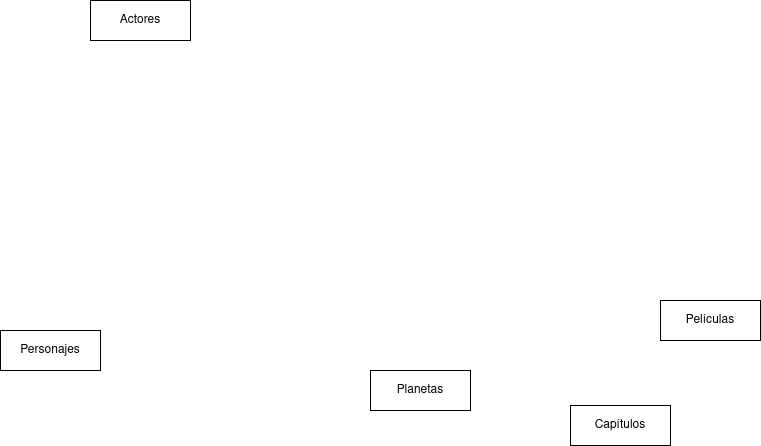
Before: Unidad-1/Tareas/Tarea evaluable 3/Tarea 3 entregable .drawio.png, a diagram exported from draw.io (GgbGabrielGarcia/Base-Datos). Source tidied: cells renumbered, new cells last; positions are measured from the earlier drawing's top-left corner, leaving out a move shared by most shapes.
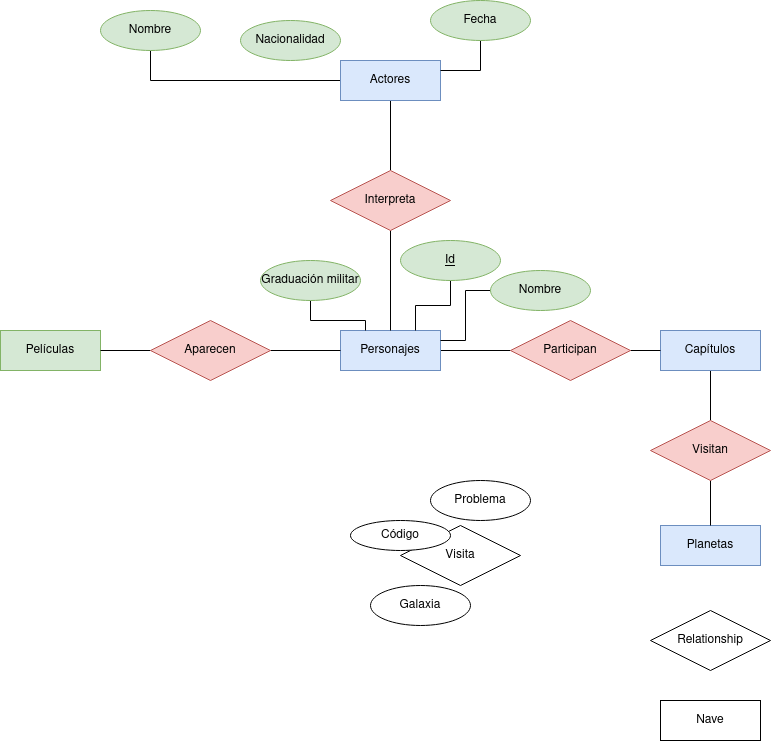
After the commit.

Diff of the diagram source:
```diff
@@ -2,20 +2,107 @@
   <root>
     <mxCell id="0" />
     <mxCell id="1" parent="0" />
+    <mxCell id="7" style="edgeStyle=orthogonalEdgeStyle;rounded=0;jettySize=auto;html=1;endArrow=none;endFill=0;" parent="1" edge="1" source="2" target="16">
+      <mxGeometry relative="1" as="geometry" />
+    </mxCell>
+    <mxCell id="8" style="edgeStyle=orthogonalEdgeStyle;rounded=0;jettySize=auto;html=1;entryX=0.5;entryY=1;entryDx=0;entryDy=0;endArrow=none;endFill=0;" parent="1" edge="1" source="2" target="14">
+      <mxGeometry relative="1" as="geometry" />
+    </mxCell>
-    <mxCell id="2" value="Actores" style="whiteSpace=wrap;html=1;align=center;" parent="1" vertex="1">
-      <mxGeometry x="90" width="100" height="40" as="geometry" />
+    <mxCell id="2" value="Actores" style="whiteSpace=wrap;html=1;align=center;fillColor=#dae8fc;strokeColor=#6c8ebf;" parent="1" vertex="1">
+      <mxGeometry x="370" y="-90" width="100" height="40" as="geometry" />
     </mxCell>
-    <mxCell id="3" value="Películas" style="whiteSpace=wrap;html=1;align=center;" parent="1" vertex="1">
-      <mxGeometry x="660" y="300" width="100" height="40" as="geometry" />
+    <mxCell id="3" value="Películas" style="whiteSpace=wrap;html=1;align=center;fillColor=#d5e8d4;strokeColor=#82b366;" parent="1" vertex="1">
+      <mxGeometry x="30" y="180" width="100" height="40" as="geometry" />
     </mxCell>
+    <mxCell id="9" style="edgeStyle=orthogonalEdgeStyle;rounded=0;jettySize=auto;html=1;endArrow=none;endFill=0;" parent="1" edge="1" source="4" target="26">
+      <mxGeometry relative="1" as="geometry" />
+    </mxCell>
-    <mxCell id="4" value="Personajes" style="whiteSpace=wrap;html=1;align=center;" parent="1" vertex="1">
-      <mxGeometry y="330" width="100" height="40" as="geometry" />
+    <mxCell id="4" value="Personajes" style="whiteSpace=wrap;html=1;align=center;fillColor=#dae8fc;strokeColor=#6c8ebf;" parent="1" vertex="1">
+      <mxGeometry x="370" y="180" width="100" height="40" as="geometry" />
     </mxCell>
+    <mxCell id="10" style="edgeStyle=orthogonalEdgeStyle;rounded=0;jettySize=auto;html=1;entryX=0.5;entryY=0;entryDx=0;entryDy=0;endArrow=none;endFill=0;" parent="1" edge="1" source="5" target="33">
+      <mxGeometry relative="1" as="geometry" />
+    </mxCell>
-    <mxCell id="5" value="Capítulos" style="whiteSpace=wrap;html=1;align=center;" parent="1" vertex="1">
-      <mxGeometry x="570" y="405" width="100" height="40" as="geometry" />
+    <mxCell id="5" value="Capítulos" style="whiteSpace=wrap;html=1;align=center;fillColor=#dae8fc;strokeColor=#6c8ebf;" parent="1" vertex="1">
+      <mxGeometry x="690" y="180" width="100" height="40" as="geometry" />
     </mxCell>
-    <mxCell id="6" value="Planetas" style="whiteSpace=wrap;html=1;align=center;" parent="1" vertex="1">
-      <mxGeometry x="370" y="370" width="100" height="40" as="geometry" />
+    <mxCell id="6" value="Planetas" style="whiteSpace=wrap;html=1;align=center;fillColor=#dae8fc;strokeColor=#6c8ebf;" parent="1" vertex="1">
+      <mxGeometry x="690" y="375" width="100" height="40" as="geometry" />
     </mxCell>
+    <mxCell id="11" style="edgeStyle=orthogonalEdgeStyle;rounded=0;jettySize=auto;html=1;entryX=1;entryY=0.25;entryDx=0;entryDy=0;endArrow=none;endFill=0;" parent="1" edge="1" source="12" target="2">
+      <mxGeometry relative="1" as="geometry" />
+    </mxCell>
+    <mxCell id="12" value="Fecha" style="ellipse;whiteSpace=wrap;html=1;align=center;fillColor=#d5e8d4;strokeColor=#82b366;" parent="1" vertex="1">
+      <mxGeometry x="460" y="-150" width="100" height="40" as="geometry" />
+    </mxCell>
+    <mxCell id="13" value="Nacionalidad" style="ellipse;whiteSpace=wrap;html=1;align=center;fillColor=#d5e8d4;strokeColor=#82b366;" parent="1" vertex="1">
+      <mxGeometry x="270" y="-130" width="100" height="40" as="geometry" />
+    </mxCell>
+    <mxCell id="14" value="Nombre" style="ellipse;whiteSpace=wrap;html=1;align=center;fillColor=#d5e8d4;strokeColor=#82b366;" parent="1" vertex="1">
+      <mxGeometry x="130" y="-140" width="100" height="40" as="geometry" />
+    </mxCell>
+    <mxCell id="15" style="edgeStyle=orthogonalEdgeStyle;rounded=0;jettySize=auto;html=1;endArrow=none;endFill=0;" parent="1" edge="1" source="16" target="4">
+      <mxGeometry relative="1" as="geometry" />
+    </mxCell>
+    <mxCell id="16" value="Interpreta" style="shape=rhombus;perimeter=rhombusPerimeter;whiteSpace=wrap;html=1;align=center;fillColor=#f8cecc;strokeColor=#b85450;" parent="1" vertex="1">
+      <mxGeometry x="360" y="20" width="120" height="60" as="geometry" />
+    </mxCell>
+    <mxCell id="17" value="Visita" style="shape=rhombus;perimeter=rhombusPerimeter;whiteSpace=wrap;html=1;align=center;" parent="1" vertex="1">
+      <mxGeometry x="430" y="375" width="120" height="60" as="geometry" />
+    </mxCell>
+    <mxCell id="18" value="Código" style="ellipse;whiteSpace=wrap;html=1;align=center;" parent="1" vertex="1">
+      <mxGeometry x="380" y="370" width="100" height="30" as="geometry" />
+    </mxCell>
+    <mxCell id="19" value="Galaxia" style="ellipse;whiteSpace=wrap;html=1;align=center;" parent="1" vertex="1">
+      <mxGeometry x="400" y="435" width="100" height="40" as="geometry" />
+    </mxCell>
+    <mxCell id="20" value="Problema" style="ellipse;whiteSpace=wrap;html=1;align=center;" parent="1" vertex="1">
+      <mxGeometry x="460" y="330" width="100" height="40" as="geometry" />
+    </mxCell>
+    <mxCell id="21" style="edgeStyle=orthogonalEdgeStyle;rounded=0;jettySize=auto;html=1;entryX=0.25;entryY=0;entryDx=0;entryDy=0;endArrow=none;endFill=0;" parent="1" edge="1" source="22" target="4">
+      <mxGeometry relative="1" as="geometry" />
+    </mxCell>
+    <mxCell id="22" value="Graduación militar" style="ellipse;whiteSpace=wrap;html=1;align=center;fillColor=#d5e8d4;strokeColor=#82b366;" parent="1" vertex="1">
+      <mxGeometry x="290" y="110" width="100" height="40" as="geometry" />
+    </mxCell>
+    <mxCell id="23" style="edgeStyle=orthogonalEdgeStyle;rounded=0;jettySize=auto;html=1;entryX=1;entryY=0.25;entryDx=0;entryDy=0;endArrow=none;endFill=0;" parent="1" edge="1" source="24" target="4">
+      <mxGeometry relative="1" as="geometry" />
+    </mxCell>
+    <mxCell id="24" value="Nombre" style="ellipse;whiteSpace=wrap;html=1;align=center;fillColor=#d5e8d4;strokeColor=#82b366;" parent="1" vertex="1">
+      <mxGeometry x="520" y="120" width="100" height="40" as="geometry" />
+    </mxCell>
+    <mxCell id="25" style="edgeStyle=orthogonalEdgeStyle;rounded=0;jettySize=auto;html=1;exitX=1;exitY=0.5;exitDx=0;exitDy=0;entryX=0;entryY=0.5;entryDx=0;entryDy=0;endArrow=none;endFill=0;" parent="1" edge="1" source="26" target="5">
+      <mxGeometry relative="1" as="geometry" />
+    </mxCell>
+    <mxCell id="26" value="Participan" style="shape=rhombus;perimeter=rhombusPerimeter;whiteSpace=wrap;html=1;align=center;fillColor=#f8cecc;strokeColor=#b85450;" parent="1" vertex="1">
+      <mxGeometry x="540" y="170" width="120" height="60" as="geometry" />
+    </mxCell>
+    <mxCell id="27" style="edgeStyle=orthogonalEdgeStyle;rounded=0;jettySize=auto;html=1;entryX=0.75;entryY=0;entryDx=0;entryDy=0;endArrow=none;endFill=0;" parent="1" edge="1" source="28" target="4">
+      <mxGeometry relative="1" as="geometry" />
+    </mxCell>
+    <mxCell id="28" value="Id" style="ellipse;whiteSpace=wrap;html=1;align=center;fontStyle=4;fillColor=#d5e8d4;strokeColor=#82b366;" parent="1" vertex="1">
+      <mxGeometry x="430" y="90" width="100" height="40" as="geometry" />
+    </mxCell>
+    <mxCell id="29" style="edgeStyle=orthogonalEdgeStyle;rounded=0;jettySize=auto;html=1;endArrow=none;endFill=0;" parent="1" edge="1" source="31" target="4">
+      <mxGeometry relative="1" as="geometry" />
+    </mxCell>
+    <mxCell id="30" style="edgeStyle=orthogonalEdgeStyle;rounded=0;jettySize=auto;html=1;endArrow=none;endFill=0;" parent="1" edge="1" source="31" target="3">
+      <mxGeometry relative="1" as="geometry" />
+    </mxCell>
+    <mxCell id="31" value="Aparecen" style="shape=rhombus;perimeter=rhombusPerimeter;whiteSpace=wrap;html=1;align=center;fillColor=#f8cecc;strokeColor=#b85450;" parent="1" vertex="1">
+      <mxGeometry x="180" y="170" width="120" height="60" as="geometry" />
+    </mxCell>
+    <mxCell id="32" style="edgeStyle=orthogonalEdgeStyle;rounded=0;jettySize=auto;html=1;endArrow=none;endFill=0;" parent="1" edge="1" source="33" target="6">
+      <mxGeometry relative="1" as="geometry" />
+    </mxCell>
+    <mxCell id="33" value="Visitan" style="shape=rhombus;perimeter=rhombusPerimeter;whiteSpace=wrap;html=1;align=center;fillColor=#f8cecc;strokeColor=#b85450;" parent="1" vertex="1">
+      <mxGeometry x="680" y="270" width="120" height="60" as="geometry" />
+    </mxCell>
+    <mxCell id="34" value="Nave" style="whiteSpace=wrap;html=1;align=center;" parent="1" vertex="1">
+      <mxGeometry x="690" y="550" width="100" height="40" as="geometry" />
+    </mxCell>
+    <mxCell id="35" value="Relationship" style="shape=rhombus;perimeter=rhombusPerimeter;whiteSpace=wrap;html=1;align=center;" parent="1" vertex="1">
+      <mxGeometry x="680" y="460" width="120" height="60" as="geometry" />
+    </mxCell>
   </root>
 </mxGraphModel>
```
